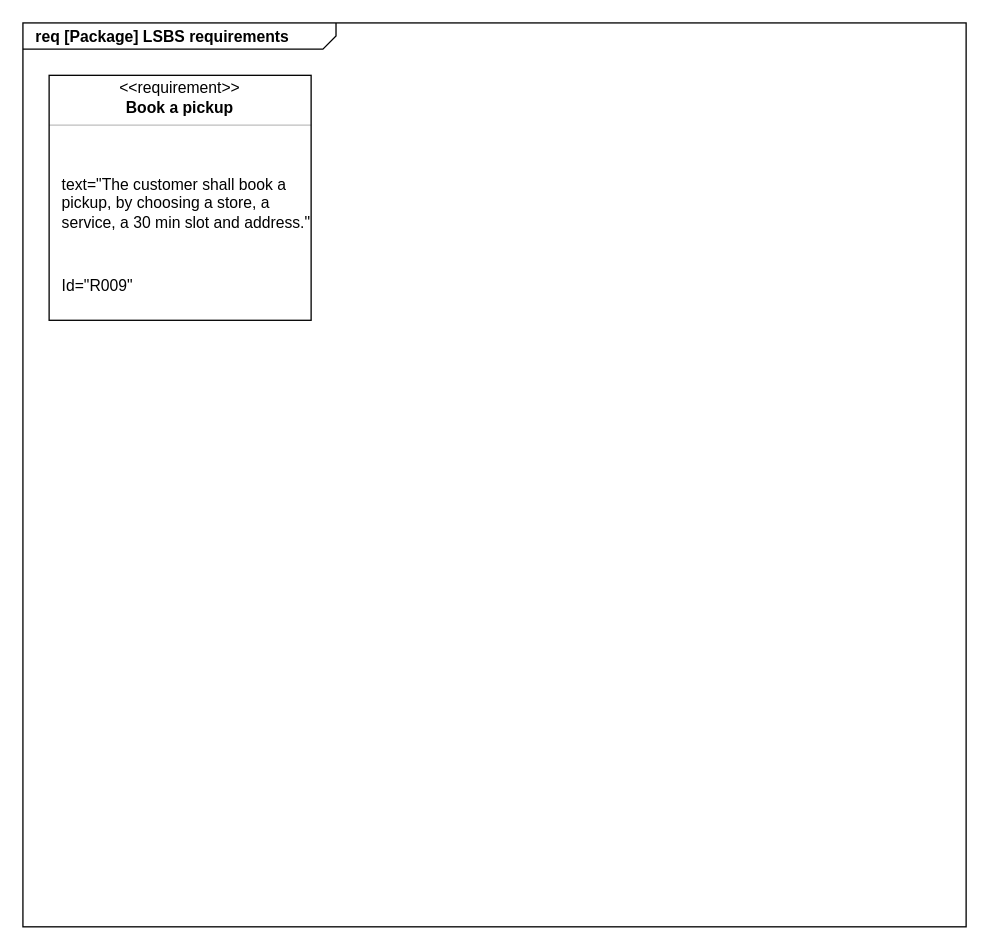
Before: docs/LSBS - SysML Requirement Diagram.drawio in zainabbas86/laundry-service-booking-system, a draw.io diagram. Source tidied: cells renumbered, new cells numbered last; positions are measured from the earlier drawing's top-left corner, leaving out a move shared by most shapes. Both pictures are drawn from the tidied source at 131%, with x=0, y=0 at pixel (22, 22).
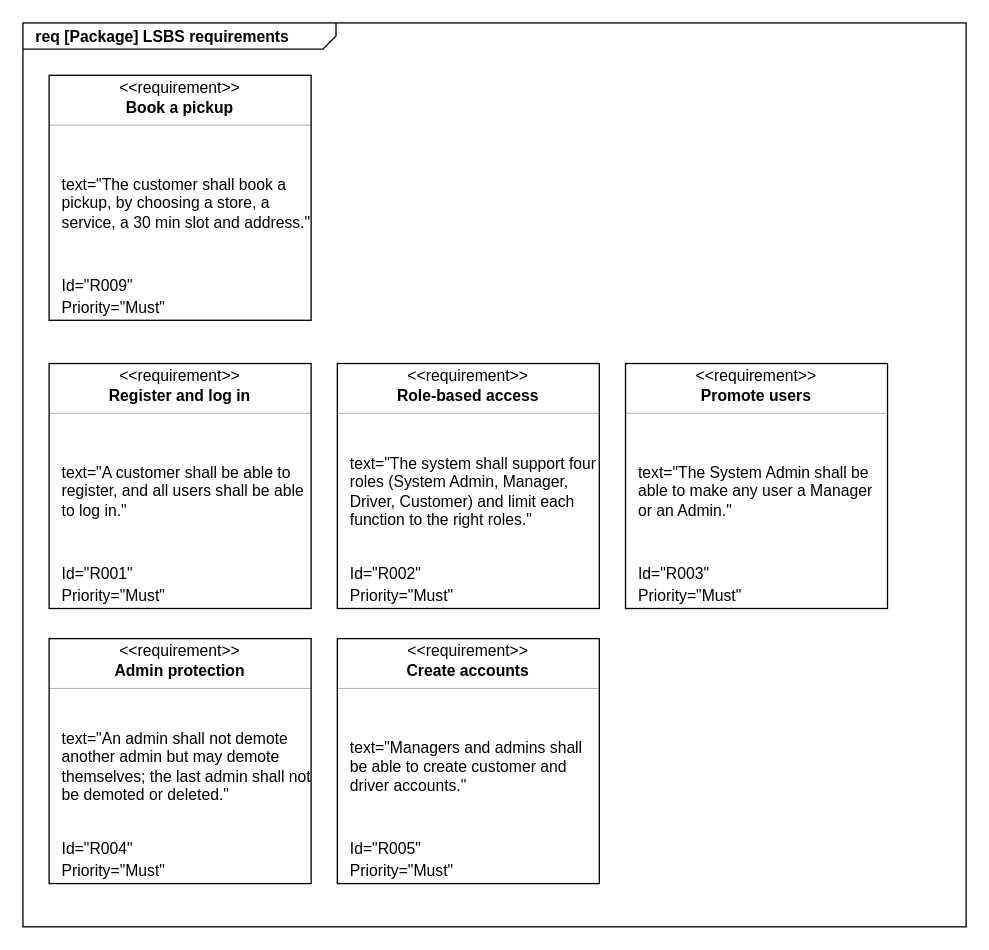
Above is the later version.

Commit message:
LSBS-7 sysml diagram updated with R001 to R005 req

Unchanged cells that the change refers to:
```xml
<mxCell id="3" style="fontStyle=1;align=center;verticalAlign=middle;horizontal=1;" parent="1" vertex="1">
  <mxGeometry x="20" y="40" width="200" height="187" as="geometry" />
</mxCell>
```

The edit, as a diff of the source:
```diff
@@
-    <mxCell id="9" style="html=1;align=center;spacing=0;verticalAlign=middle;strokeColor=none;fillColor=none;whiteSpace=wrap;" parent="3" vertex="1">
+    <mxCell id="9" value="Priority=&quot;Must&quot;" style="html=1;align=left;spacing=0;verticalAlign=middle;strokeColor=none;fillColor=none;whiteSpace=wrap;spacingLeft=10;" parent="3" vertex="1">
       <mxGeometry y="169" width="200" height="18" as="geometry" />
     </mxCell>
@@
+    <mxCell id="11" style="fontStyle=1;align=center;verticalAlign=middle;horizontal=1;" parent="1" vertex="1">
+      <mxGeometry x="20" y="260" width="200" height="187" as="geometry" />
+    </mxCell>
+    <mxCell id="12" value="&amp;lt;&amp;lt;requirement&amp;gt;&amp;gt;" style="html=1;align=center;spacing=0;verticalAlign=middle;strokeColor=none;fillColor=none;whiteSpace=wrap;spacingTop=3;" parent="11" vertex="1">
+      <mxGeometry width="200" height="16" as="geometry" />
+    </mxCell>
+    <mxCell id="13" value="Register and log in" style="html=1;align=center;spacing=0;verticalAlign=middle;strokeColor=none;fillColor=none;whiteSpace=wrap;fontStyle=1;" parent="11" vertex="1">
+      <mxGeometry y="16" width="200" height="18" as="geometry" />
+    </mxCell>
+    <mxCell id="14" style="line;strokeWidth=0.25;fillColor=none;align=left;verticalAlign=middle;spacingTop=-1;spacingLeft=3;spacingRight=3;labelPosition=right;labelPerimeter=1;" parent="11" vertex="1">
+      <mxGeometry y="34" width="200" height="8" as="geometry" />
+    </mxCell>
+    <mxCell id="15" value="text=&quot;A customer shall be able to register, and all users shall be able to log in.&quot;" style="html=1;align=left;spacing=0;verticalAlign=middle;strokeColor=none;fillColor=none;whiteSpace=wrap;spacingLeft=10;" parent="11" vertex="1">
+      <mxGeometry y="42" width="200" height="111" as="geometry" />
+    </mxCell>
+    <mxCell id="16" value="Id=&quot;R001&quot;" style="html=1;align=left;spacing=0;verticalAlign=middle;strokeColor=none;fillColor=none;whiteSpace=wrap;spacingLeft=10;" parent="11" vertex="1">
+      <mxGeometry y="153" width="200" height="16" as="geometry" />
+    </mxCell>
+    <mxCell id="17" value="Priority=&quot;Must&quot;" style="html=1;align=left;spacing=0;verticalAlign=middle;strokeColor=none;fillColor=none;whiteSpace=wrap;spacingLeft=10;" parent="11" vertex="1">
+      <mxGeometry y="169" width="200" height="18" as="geometry" />
+    </mxCell>
+    <mxCell id="18" style="fontStyle=1;align=center;verticalAlign=middle;horizontal=1;" parent="1" vertex="1">
+      <mxGeometry x="240" y="260" width="200" height="187" as="geometry" />
+    </mxCell>
+    <mxCell id="19" value="&amp;lt;&amp;lt;requirement&amp;gt;&amp;gt;" style="html=1;align=center;spacing=0;verticalAlign=middle;strokeColor=none;fillColor=none;whiteSpace=wrap;spacingTop=3;" parent="18" vertex="1">
+      <mxGeometry width="200" height="16" as="geometry" />
+    </mxCell>
+    <mxCell id="20" value="Role-based access" style="html=1;align=center;spacing=0;verticalAlign=middle;strokeColor=none;fillColor=none;whiteSpace=wrap;fontStyle=1;" parent="18" vertex="1">
+      <mxGeometry y="16" width="200" height="18" as="geometry" />
+    </mxCell>
+    <mxCell id="21" style="line;strokeWidth=0.25;fillColor=none;align=left;verticalAlign=middle;spacingTop=-1;spacingLeft=3;spacingRight=3;labelPosition=right;labelPerimeter=1;" parent="18" vertex="1">
+      <mxGeometry y="34" width="200" height="8" as="geometry" />
+    </mxCell>
+    <mxCell id="22" value="text=&quot;The system shall support four roles (System Admin, Manager, Driver, Customer) and limit each function to the right roles.&quot;" style="html=1;align=left;spacing=0;verticalAlign=middle;strokeColor=none;fillColor=none;whiteSpace=wrap;spacingLeft=10;" parent="18" vertex="1">
+      <mxGeometry y="42" width="200" height="111" as="geometry" />
+    </mxCell>
+    <mxCell id="23" value="Id=&quot;R002&quot;" style="html=1;align=left;spacing=0;verticalAlign=middle;strokeColor=none;fillColor=none;whiteSpace=wrap;spacingLeft=10;" parent="18" vertex="1">
+      <mxGeometry y="153" width="200" height="16" as="geometry" />
+    </mxCell>
+    <mxCell id="24" value="Priority=&quot;Must&quot;" style="html=1;align=left;spacing=0;verticalAlign=middle;strokeColor=none;fillColor=none;whiteSpace=wrap;spacingLeft=10;" parent="18" vertex="1">
+      <mxGeometry y="169" width="200" height="18" as="geometry" />
+    </mxCell>
+    <mxCell id="25" style="fontStyle=1;align=center;verticalAlign=middle;horizontal=1;" parent="1" vertex="1">
+      <mxGeometry x="460" y="260" width="200" height="187" as="geometry" />
+    </mxCell>
+    <mxCell id="26" value="&amp;lt;&amp;lt;requirement&amp;gt;&amp;gt;" style="html=1;align=center;spacing=0;verticalAlign=middle;strokeColor=none;fillColor=none;whiteSpace=wrap;spacingTop=3;" parent="25" vertex="1">
+      <mxGeometry width="200" height="16" as="geometry" />
+    </mxCell>
+    <mxCell id="27" value="Promote users" style="html=1;align=center;spacing=0;verticalAlign=middle;strokeColor=none;fillColor=none;whiteSpace=wrap;fontStyle=1;" parent="25" vertex="1">
+      <mxGeometry y="16" width="200" height="18" as="geometry" />
+    </mxCell>
+    <mxCell id="28" style="line;strokeWidth=0.25;fillColor=none;align=left;verticalAlign=middle;spacingTop=-1;spacingLeft=3;spacingRight=3;labelPosition=right;labelPerimeter=1;" parent="25" vertex="1">
+      <mxGeometry y="34" width="200" height="8" as="geometry" />
+    </mxCell>
+    <mxCell id="29" value="text=&quot;The System Admin shall be able to make any user a Manager or an Admin.&quot;" style="html=1;align=left;spacing=0;verticalAlign=middle;strokeColor=none;fillColor=none;whiteSpace=wrap;spacingLeft=10;" parent="25" vertex="1">
+      <mxGeometry y="42" width="200" height="111" as="geometry" />
+    </mxCell>
+    <mxCell id="30" value="Id=&quot;R003&quot;" style="html=1;align=left;spacing=0;verticalAlign=middle;strokeColor=none;fillColor=none;whiteSpace=wrap;spacingLeft=10;" parent="25" vertex="1">
+      <mxGeometry y="153" width="200" height="16" as="geometry" />
+    </mxCell>
+    <mxCell id="31" value="Priority=&quot;Must&quot;" style="html=1;align=left;spacing=0;verticalAlign=middle;strokeColor=none;fillColor=none;whiteSpace=wrap;spacingLeft=10;" parent="25" vertex="1">
+      <mxGeometry y="169" width="200" height="18" as="geometry" />
+    </mxCell>
+    <mxCell id="32" style="fontStyle=1;align=center;verticalAlign=middle;horizontal=1;" parent="1" vertex="1">
+      <mxGeometry x="20" y="470" width="200" height="187" as="geometry" />
+    </mxCell>
+    <mxCell id="33" value="&amp;lt;&amp;lt;requirement&amp;gt;&amp;gt;" style="html=1;align=center;spacing=0;verticalAlign=middle;strokeColor=none;fillColor=none;whiteSpace=wrap;spacingTop=3;" parent="32" vertex="1">
+      <mxGeometry width="200" height="16" as="geometry" />
+    </mxCell>
+    <mxCell id="34" value="Admin protection" style="html=1;align=center;spacing=0;verticalAlign=middle;strokeColor=none;fillColor=none;whiteSpace=wrap;fontStyle=1;" parent="32" vertex="1">
+      <mxGeometry y="16" width="200" height="18" as="geometry" />
+    </mxCell>
+    <mxCell id="35" style="line;strokeWidth=0.25;fillColor=none;align=left;verticalAlign=middle;spacingTop=-1;spacingLeft=3;spacingRight=3;labelPosition=right;labelPerimeter=1;" parent="32" vertex="1">
+      <mxGeometry y="34" width="200" height="8" as="geometry" />
+    </mxCell>
+    <mxCell id="36" value="text=&quot;An admin shall not demote another admin but may demote themselves; the last admin shall not be demoted or deleted.&quot;" style="html=1;align=left;spacing=0;verticalAlign=middle;strokeColor=none;fillColor=none;whiteSpace=wrap;spacingLeft=10;" parent="32" vertex="1">
+      <mxGeometry y="42" width="200" height="111" as="geometry" />
+    </mxCell>
+    <mxCell id="37" value="Id=&quot;R004&quot;" style="html=1;align=left;spacing=0;verticalAlign=middle;strokeColor=none;fillColor=none;whiteSpace=wrap;spacingLeft=10;" parent="32" vertex="1">
+      <mxGeometry y="153" width="200" height="16" as="geometry" />
+    </mxCell>
+    <mxCell id="38" value="Priority=&quot;Must&quot;" style="html=1;align=left;spacing=0;verticalAlign=middle;strokeColor=none;fillColor=none;whiteSpace=wrap;spacingLeft=10;" parent="32" vertex="1">
+      <mxGeometry y="169" width="200" height="18" as="geometry" />
+    </mxCell>
+    <mxCell id="39" style="fontStyle=1;align=center;verticalAlign=middle;horizontal=1;" parent="1" vertex="1">
+      <mxGeometry x="240" y="470" width="200" height="187" as="geometry" />
+    </mxCell>
+    <mxCell id="40" value="&amp;lt;&amp;lt;requirement&amp;gt;&amp;gt;" style="html=1;align=center;spacing=0;verticalAlign=middle;strokeColor=none;fillColor=none;whiteSpace=wrap;spacingTop=3;" parent="39" vertex="1">
+      <mxGeometry width="200" height="16" as="geometry" />
+    </mxCell>
+    <mxCell id="41" value="Create accounts" style="html=1;align=center;spacing=0;verticalAlign=middle;strokeColor=none;fillColor=none;whiteSpace=wrap;fontStyle=1;" parent="39" vertex="1">
+      <mxGeometry y="16" width="200" height="18" as="geometry" />
+    </mxCell>
+    <mxCell id="42" style="line;strokeWidth=0.25;fillColor=none;align=left;verticalAlign=middle;spacingTop=-1;spacingLeft=3;spacingRight=3;labelPosition=right;labelPerimeter=1;" parent="39" vertex="1">
+      <mxGeometry y="34" width="200" height="8" as="geometry" />
+    </mxCell>
+    <mxCell id="43" value="text=&quot;Managers and admins shall be able to create customer and driver accounts.&quot;" style="html=1;align=left;spacing=0;verticalAlign=middle;strokeColor=none;fillColor=none;whiteSpace=wrap;spacingLeft=10;" parent="39" vertex="1">
+      <mxGeometry y="42" width="200" height="111" as="geometry" />
+    </mxCell>
+    <mxCell id="44" value="Id=&quot;R005&quot;" style="html=1;align=left;spacing=0;verticalAlign=middle;strokeColor=none;fillColor=none;whiteSpace=wrap;spacingLeft=10;" parent="39" vertex="1">
+      <mxGeometry y="153" width="200" height="16" as="geometry" />
+    </mxCell>
+    <mxCell id="45" value="Priority=&quot;Must&quot;" style="html=1;align=left;spacing=0;verticalAlign=middle;strokeColor=none;fillColor=none;whiteSpace=wrap;spacingLeft=10;" parent="39" vertex="1">
+      <mxGeometry y="169" width="200" height="18" as="geometry" />
+    </mxCell>
```
